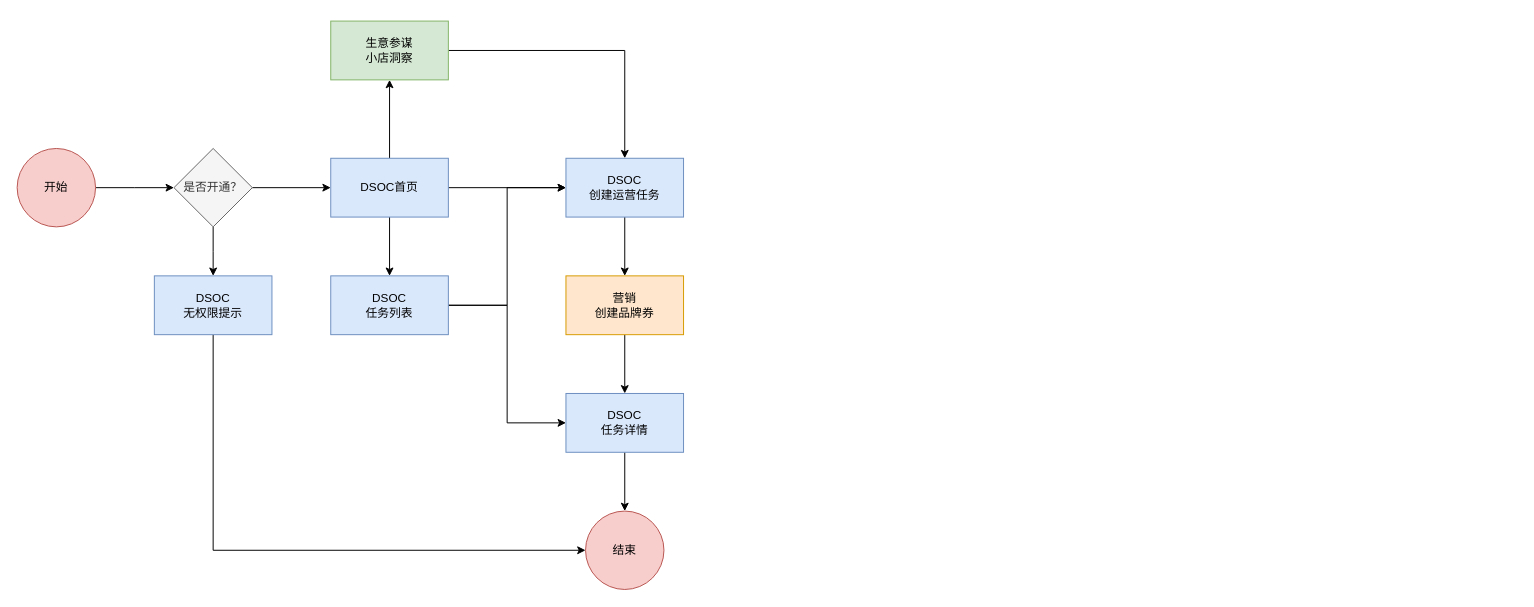
Above: DSOC场景化运营UI流程.drawio in zzuwzj/draw (draw.io), before the change. Source tidied: cells renumbered, new cells numbered last; positions are measured from the earlier drawing's top-left corner, leaving out a move shared by most shapes. Both pictures are drawn from the tidied source at 98%, with x=0, y=0 at pixel (17, 21).
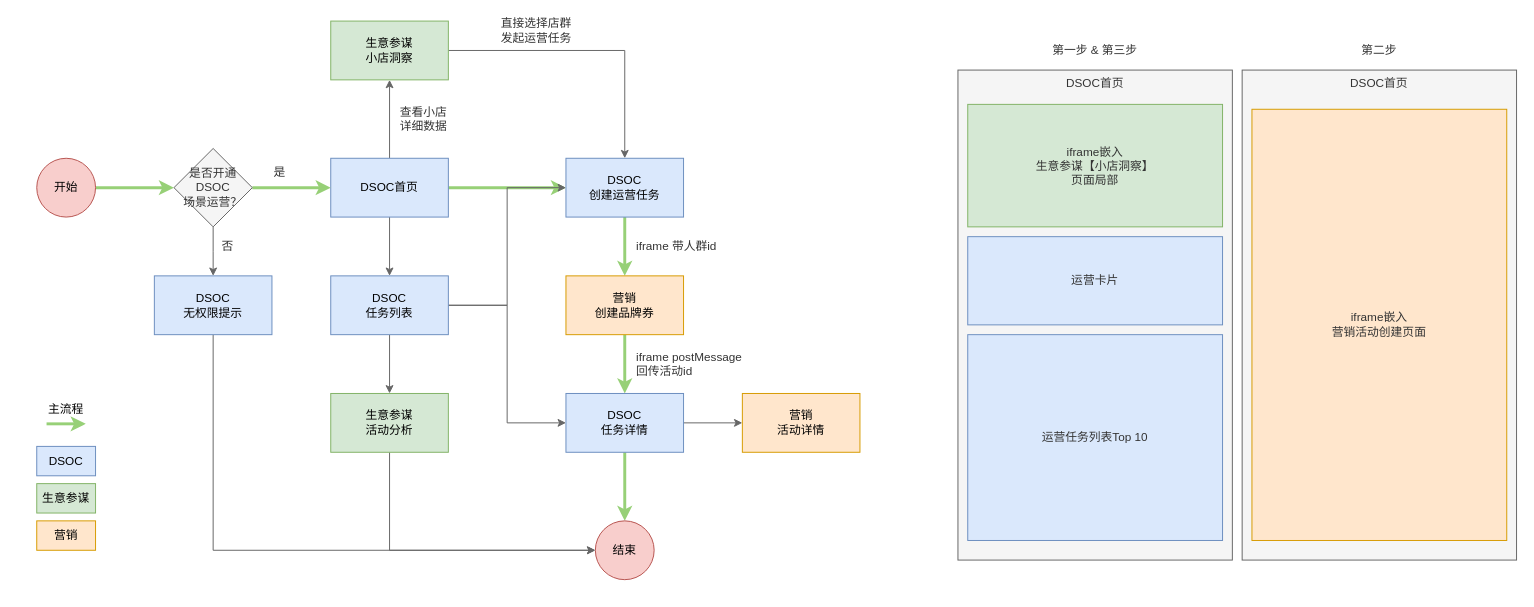
Above is the later version.

Commit message:
Update DSOC场景化运营UI流程.drawio

Unchanged cells that the change refers to:
```xml
<mxCell id="7" value="DSOC首页" style="rounded=0;whiteSpace=wrap;html=1;fillColor=#dae8fc;strokeColor=#6c8ebf;" parent="1" vertex="1">
  <mxGeometry x="320" y="140" width="120" height="60" as="geometry" />
</mxCell>
<mxCell id="10" value="DSOC&lt;br&gt;任务列表" style="rounded=0;whiteSpace=wrap;html=1;fillColor=#dae8fc;strokeColor=#6c8ebf;" parent="1" vertex="1">
  <mxGeometry x="320" y="260" width="120" height="60" as="geometry" />
</mxCell>
<mxCell id="12" value="生意参谋&lt;br&gt;小店洞察" style="rounded=0;whiteSpace=wrap;html=1;fillColor=#d5e8d4;strokeColor=#82b366;" parent="1" vertex="1">
  <mxGeometry x="320" width="120" height="60" as="geometry" />
</mxCell>
<mxCell id="14" value="DSOC&lt;br&gt;创建运营任务" style="rounded=0;whiteSpace=wrap;html=1;fillColor=#dae8fc;strokeColor=#6c8ebf;" parent="1" vertex="1">
  <mxGeometry x="560" y="140" width="120" height="60" as="geometry" />
</mxCell>
<mxCell id="16" value="营销&lt;br&gt;创建品牌券" style="rounded=0;whiteSpace=wrap;html=1;fillColor=#ffe6cc;strokeColor=#d79b00;" parent="1" vertex="1">
  <mxGeometry x="560" y="260" width="120" height="60" as="geometry" />
</mxCell>
<mxCell id="18" value="DSOC&lt;br&gt;任务详情" style="rounded=0;whiteSpace=wrap;html=1;fillColor=#dae8fc;strokeColor=#6c8ebf;" parent="1" vertex="1">
  <mxGeometry x="560" y="380" width="120" height="60" as="geometry" />
</mxCell>
<mxCell id="24" value="DSOC&lt;br&gt;无权限提示" style="rounded=0;whiteSpace=wrap;html=1;fillColor=#dae8fc;strokeColor=#6c8ebf;" parent="1" vertex="1">
  <mxGeometry x="140" y="260" width="120" height="60" as="geometry" />
</mxCell>
```

What changed in the source:
```diff
@@
+    <mxCell id="25" value="DSOC首页" style="rounded=0;whiteSpace=wrap;html=1;align=center;verticalAlign=top;fillColor=#f5f5f5;strokeColor=#666666;fontColor=#333333;" parent="1" vertex="1">
+      <mxGeometry x="1250" y="50" width="280" height="500" as="geometry" />
+    </mxCell>
+    <mxCell id="26" value="DSOC首页" style="rounded=0;whiteSpace=wrap;html=1;align=center;verticalAlign=top;fillColor=#f5f5f5;strokeColor=#666666;fontColor=#333333;" parent="1" vertex="1">
+      <mxGeometry x="960" y="50" width="280" height="500" as="geometry" />
+    </mxCell>
-    <mxCell id="2" style="edgeStyle=orthogonalEdgeStyle;rounded=0;jettySize=auto;html=1;" parent="1" edge="1" source="3">
+    <mxCell id="2" style="edgeStyle=orthogonalEdgeStyle;rounded=0;jettySize=auto;html=1;strokeWidth=3;strokeColor=#97D077;" parent="1" edge="1" source="3">
       <mxGeometry relative="1" as="geometry">
         <mxPoint x="160" y="170" as="targetPoint" />
       </mxGeometry>
     </mxCell>
     <mxCell id="3" value="开始" style="ellipse;whiteSpace=wrap;html=1;fillColor=#f8cecc;strokeColor=#b85450;" parent="1" vertex="1">
-      <mxGeometry y="130" width="80" height="80" as="geometry" />
+      <mxGeometry x="20" y="140" width="60" height="60" as="geometry" />
     </mxCell>
-    <mxCell id="4" style="edgeStyle=orthogonalEdgeStyle;rounded=0;jettySize=auto;html=1;" parent="1" edge="1" source="7" target="14">
+    <mxCell id="4" style="edgeStyle=orthogonalEdgeStyle;rounded=0;jettySize=auto;html=1;strokeColor=#97D077;strokeWidth=3;" parent="1" edge="1" source="7" target="14">
       <mxGeometry relative="1" as="geometry" />
     </mxCell>
-    <mxCell id="5" style="edgeStyle=orthogonalEdgeStyle;rounded=0;jettySize=auto;html=1;" parent="1" edge="1" source="7" target="12">
+    <mxCell id="5" style="edgeStyle=orthogonalEdgeStyle;rounded=0;jettySize=auto;html=1;strokeColor=#666666;" parent="1" edge="1" source="7" target="12">
       <mxGeometry relative="1" as="geometry" />
     </mxCell>
-    <mxCell id="6" style="edgeStyle=orthogonalEdgeStyle;rounded=0;jettySize=auto;html=1;" parent="1" edge="1" source="7" target="10">
+    <mxCell id="6" style="edgeStyle=orthogonalEdgeStyle;rounded=0;jettySize=auto;html=1;strokeColor=#666666;" parent="1" edge="1" source="7" target="10">
       <mxGeometry relative="1" as="geometry" />
     </mxCell>
@@
-    <mxCell id="8" style="edgeStyle=orthogonalEdgeStyle;rounded=0;jettySize=auto;html=1;entryX=0;entryY=0.5;entryDx=0;entryDy=0;" parent="1" edge="1" source="10" target="14">
+    <mxCell id="8" style="edgeStyle=orthogonalEdgeStyle;rounded=0;jettySize=auto;html=1;entryX=0;entryY=0.5;entryDx=0;entryDy=0;strokeColor=#666666;" parent="1" edge="1" source="10" target="14">
       <mxGeometry relative="1" as="geometry" />
     </mxCell>
-    <mxCell id="9" style="edgeStyle=orthogonalEdgeStyle;rounded=0;jettySize=auto;html=1;entryX=0;entryY=0.5;entryDx=0;entryDy=0;" parent="1" edge="1" source="10" target="18">
+    <mxCell id="9" style="edgeStyle=orthogonalEdgeStyle;rounded=0;jettySize=auto;html=1;entryX=0;entryY=0.5;entryDx=0;entryDy=0;strokeColor=#666666;" parent="1" edge="1" source="10" target="18">
       <mxGeometry relative="1" as="geometry" />
     </mxCell>
+    <mxCell id="27" style="edgeStyle=orthogonalEdgeStyle;rounded=0;jettySize=auto;html=1;strokeColor=#666666;strokeWidth=1;" parent="1" edge="1" source="10" target="35">
+      <mxGeometry relative="1" as="geometry" />
+    </mxCell>
@@
-    <mxCell id="11" style="edgeStyle=orthogonalEdgeStyle;rounded=0;jettySize=auto;html=1;entryX=0.5;entryY=0;entryDx=0;entryDy=0;" parent="1" edge="1" source="12" target="14">
+    <mxCell id="11" style="edgeStyle=orthogonalEdgeStyle;rounded=0;jettySize=auto;html=1;entryX=0.5;entryY=0;entryDx=0;entryDy=0;strokeColor=#666666;" parent="1" edge="1" source="12" target="14">
       <mxGeometry relative="1" as="geometry" />
     </mxCell>
@@
-    <mxCell id="13" style="edgeStyle=orthogonalEdgeStyle;rounded=0;jettySize=auto;html=1;" parent="1" edge="1" source="14" target="16">
+    <mxCell id="13" style="edgeStyle=orthogonalEdgeStyle;rounded=0;jettySize=auto;html=1;strokeColor=#97D077;strokeWidth=3;" parent="1" edge="1" source="14" target="16">
       <mxGeometry relative="1" as="geometry" />
     </mxCell>
@@
-    <mxCell id="15" style="edgeStyle=orthogonalEdgeStyle;rounded=0;jettySize=auto;html=1;" parent="1" edge="1" source="16" target="18">
+    <mxCell id="15" style="edgeStyle=orthogonalEdgeStyle;rounded=0;jettySize=auto;html=1;strokeColor=#97D077;strokeWidth=3;" parent="1" edge="1" source="16" target="18">
       <mxGeometry relative="1" as="geometry" />
     </mxCell>
@@
-    <mxCell id="17" style="edgeStyle=orthogonalEdgeStyle;rounded=0;jettySize=auto;html=1;" parent="1" edge="1" source="18" target="22">
+    <mxCell id="17" style="edgeStyle=orthogonalEdgeStyle;rounded=0;jettySize=auto;html=1;strokeColor=#97D077;strokeWidth=3;" parent="1" edge="1" source="18" target="22">
       <mxGeometry relative="1" as="geometry" />
     </mxCell>
+    <mxCell id="28" style="edgeStyle=orthogonalEdgeStyle;rounded=0;jettySize=auto;html=1;strokeColor=#666666;strokeWidth=1;" parent="1" edge="1" source="18" target="29">
+      <mxGeometry relative="1" as="geometry" />
+    </mxCell>
@@
+    <mxCell id="29" value="营销&lt;br&gt;活动详情" style="rounded=0;whiteSpace=wrap;html=1;fillColor=#ffe6cc;strokeColor=#d79b00;" parent="1" vertex="1">
+      <mxGeometry x="740" y="380" width="120" height="60" as="geometry" />
+    </mxCell>
-    <mxCell id="19" style="edgeStyle=orthogonalEdgeStyle;rounded=0;jettySize=auto;html=1;" parent="1" edge="1" source="21" target="7">
+    <mxCell id="19" style="edgeStyle=orthogonalEdgeStyle;rounded=0;jettySize=auto;html=1;strokeColor=#97D077;strokeWidth=3;" parent="1" edge="1" source="21" target="7">
       <mxGeometry relative="1" as="geometry" />
     </mxCell>
-    <mxCell id="20" style="edgeStyle=orthogonalEdgeStyle;rounded=0;jettySize=auto;html=1;" parent="1" edge="1" source="21">
+    <mxCell id="20" style="edgeStyle=orthogonalEdgeStyle;rounded=0;jettySize=auto;html=1;strokeColor=#666666;" parent="1" edge="1" source="21">
       <mxGeometry relative="1" as="geometry">
         <mxPoint x="200" y="260" as="targetPoint" />
       </mxGeometry>
     </mxCell>
-    <mxCell id="21" value="是否开通？" style="rhombus;whiteSpace=wrap;html=1;fillColor=#f5f5f5;strokeColor=#666666;fontColor=#333333;" parent="1" vertex="1">
+    <mxCell id="21" value="是否开通DSOC&lt;br&gt;场景运营？" style="rhombus;whiteSpace=wrap;html=1;fillColor=#f5f5f5;strokeColor=#666666;fontColor=#333333;" parent="1" vertex="1">
       <mxGeometry x="160" y="130" width="80" height="80" as="geometry" />
     </mxCell>
     <mxCell id="22" value="结束" style="ellipse;whiteSpace=wrap;html=1;fillColor=#f8cecc;strokeColor=#b85450;" parent="1" vertex="1">
-      <mxGeometry x="580" y="500" width="80" height="80" as="geometry" />
+      <mxGeometry x="590" y="510" width="60" height="60" as="geometry" />
     </mxCell>
-    <mxCell id="23" style="edgeStyle=orthogonalEdgeStyle;rounded=0;jettySize=auto;html=1;entryX=0;entryY=0.5;entryDx=0;entryDy=0;" parent="1" edge="1" source="24" target="22">
+    <mxCell id="23" style="edgeStyle=orthogonalEdgeStyle;rounded=0;jettySize=auto;html=1;entryX=0;entryY=0.5;entryDx=0;entryDy=0;strokeColor=#666666;" parent="1" edge="1" source="24" target="22">
       <mxGeometry relative="1" as="geometry">
         <Array as="points">
           <mxPoint x="200" y="540" />
         </Array>
       </mxGeometry>
     </mxCell>
@@
+    <mxCell id="30" value="否" style="text;html=1;strokeColor=none;fillColor=none;align=left;verticalAlign=middle;whiteSpace=wrap;rounded=0;fontColor=#333333;" parent="1" vertex="1">
+      <mxGeometry x="207" y="220" width="40" height="20" as="geometry" />
+    </mxCell>
+    <mxCell id="31" value="是" style="text;html=1;strokeColor=none;fillColor=none;align=left;verticalAlign=middle;whiteSpace=wrap;rounded=0;fontColor=#333333;" parent="1" vertex="1">
+      <mxGeometry x="260" y="145" width="40" height="20" as="geometry" />
+    </mxCell>
+    <mxCell id="32" style="endArrow=classic;html=1;strokeColor=#97D077;strokeWidth=3;" parent="1" edge="1">
+      <mxGeometry relative="1" as="geometry">
+        <mxPoint x="30" y="411" as="sourcePoint" />
+        <mxPoint x="70" y="411" as="targetPoint" />
+      </mxGeometry>
+    </mxCell>
+    <mxCell id="33" value="主流程" style="text;html=1;strokeColor=none;fillColor=none;align=center;verticalAlign=middle;whiteSpace=wrap;rounded=0;" parent="1" vertex="1">
+      <mxGeometry x="30" y="386" width="40" height="20" as="geometry" />
+    </mxCell>
+    <mxCell id="34" style="edgeStyle=orthogonalEdgeStyle;rounded=0;jettySize=auto;html=1;strokeColor=#666666;strokeWidth=1;entryX=0;entryY=0.5;entryDx=0;entryDy=0;" parent="1" edge="1" source="35" target="22">
+      <mxGeometry relative="1" as="geometry">
+        <Array as="points">
+          <mxPoint x="380" y="540" />
+        </Array>
+      </mxGeometry>
+    </mxCell>
+    <mxCell id="35" value="生意参谋&lt;br&gt;活动分析" style="rounded=0;whiteSpace=wrap;html=1;fillColor=#d5e8d4;strokeColor=#82b366;" parent="1" vertex="1">
+      <mxGeometry x="320" y="380" width="120" height="60" as="geometry" />
+    </mxCell>
+    <mxCell id="36" value="DSOC" style="rounded=0;whiteSpace=wrap;html=1;align=center;fillColor=#dae8fc;strokeColor=#6c8ebf;" parent="1" vertex="1">
+      <mxGeometry x="20" y="434" width="60" height="30" as="geometry" />
+    </mxCell>
+    <mxCell id="37" value="生意参谋" style="rounded=0;whiteSpace=wrap;html=1;align=center;fillColor=#d5e8d4;strokeColor=#82b366;" parent="1" vertex="1">
+      <mxGeometry x="20" y="472" width="60" height="30" as="geometry" />
+    </mxCell>
+    <mxCell id="38" value="营销" style="rounded=0;whiteSpace=wrap;html=1;align=center;fillColor=#ffe6cc;strokeColor=#d79b00;" parent="1" vertex="1">
+      <mxGeometry x="20" y="510" width="60" height="30" as="geometry" />
+    </mxCell>
+    <mxCell id="39" value="直接选择店群发起运营任务" style="text;html=1;strokeColor=none;fillColor=none;align=center;verticalAlign=middle;whiteSpace=wrap;rounded=0;fontColor=#333333;" parent="1" vertex="1">
+      <mxGeometry x="490" width="80" height="20" as="geometry" />
+    </mxCell>
+    <mxCell id="40" value="查看小店详细数据" style="text;html=1;strokeColor=none;fillColor=none;align=center;verticalAlign=middle;whiteSpace=wrap;rounded=0;fontColor=#333333;" parent="1" vertex="1">
+      <mxGeometry x="390" y="90" width="50" height="20" as="geometry" />
+    </mxCell>
+    <mxCell id="41" value="iframe postMessage回传活动id" style="text;html=1;strokeColor=none;fillColor=none;align=left;verticalAlign=middle;whiteSpace=wrap;rounded=0;fontColor=#333333;" parent="1" vertex="1">
+      <mxGeometry x="630" y="340" width="120" height="20" as="geometry" />
+    </mxCell>
+    <mxCell id="42" value="iframe 带人群id" style="text;html=1;strokeColor=none;fillColor=none;align=left;verticalAlign=middle;whiteSpace=wrap;rounded=0;fontColor=#333333;" parent="1" vertex="1">
+      <mxGeometry x="630" y="220" width="130" height="20" as="geometry" />
+    </mxCell>
+    <mxCell id="43" value="iframe嵌入&lt;br&gt;生意参谋【小店洞察】&lt;br&gt;页面局部" style="rounded=0;whiteSpace=wrap;html=1;align=center;fillColor=#d5e8d4;strokeColor=#82b366;fontColor=#333333;" parent="1" vertex="1">
+      <mxGeometry x="970" y="85" width="260" height="125" as="geometry" />
+    </mxCell>
+    <mxCell id="44" value="运营卡片" style="rounded=0;whiteSpace=wrap;html=1;align=center;fillColor=#dae8fc;strokeColor=#6c8ebf;fontColor=#333333;" parent="1" vertex="1">
+      <mxGeometry x="970" y="220" width="260" height="90" as="geometry" />
+    </mxCell>
+    <mxCell id="45" value="iframe嵌入&lt;br&gt;营销活动创建页面" style="rounded=0;whiteSpace=wrap;html=1;align=center;fillColor=#ffe6cc;strokeColor=#d79b00;fontColor=#333333;" parent="1" vertex="1">
+      <mxGeometry x="1260" y="90" width="260" height="440" as="geometry" />
+    </mxCell>
+    <mxCell id="46" value="运营任务列表Top 10" style="rounded=0;whiteSpace=wrap;html=1;align=center;fillColor=#dae8fc;strokeColor=#6c8ebf;fontColor=#333333;" parent="1" vertex="1">
+      <mxGeometry x="970" y="320" width="260" height="210" as="geometry" />
+    </mxCell>
+    <mxCell id="47" value="第一步 &amp;amp; 第三步" style="text;html=1;strokeColor=none;fillColor=none;align=center;verticalAlign=middle;whiteSpace=wrap;rounded=0;fontColor=#333333;" parent="1" vertex="1">
+      <mxGeometry x="1050" y="20" width="100" height="20" as="geometry" />
+    </mxCell>
+    <mxCell id="48" value="第二步" style="text;html=1;strokeColor=none;fillColor=none;align=center;verticalAlign=middle;whiteSpace=wrap;rounded=0;fontColor=#333333;" parent="1" vertex="1">
+      <mxGeometry x="1370" y="20" width="40" height="20" as="geometry" />
+    </mxCell>
```
